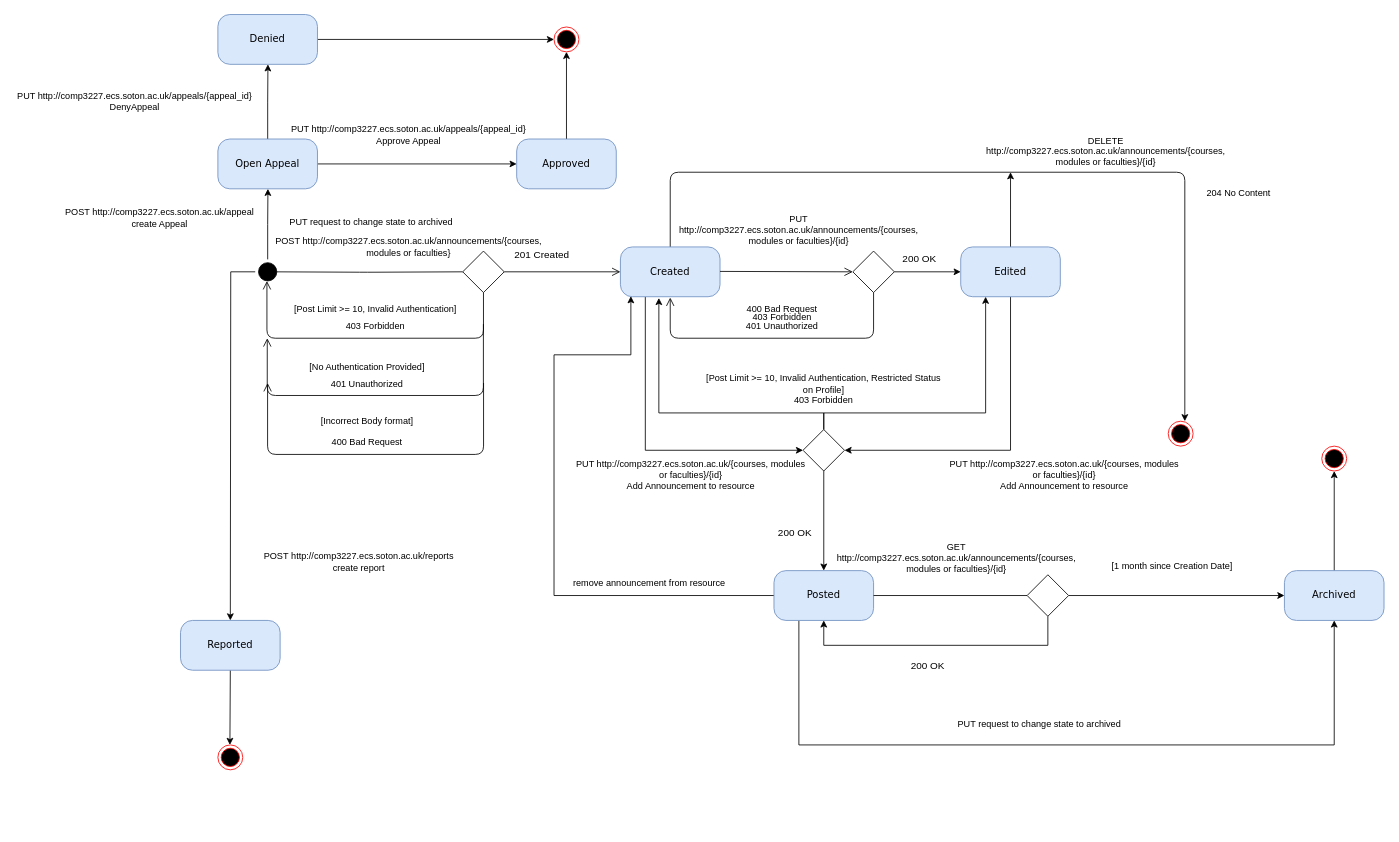
Above: State machine.drawio in hay1g21/RestAPI-Extension (draw.io), before the change. Source tidied: cells renumbered, new cells numbered last; positions are measured from the earlier drawing's top-left corner, leaving out a move shared by most shapes. Both pictures are drawn from the tidied source at 83%, with x=0, y=0 at pixel (14, 14).
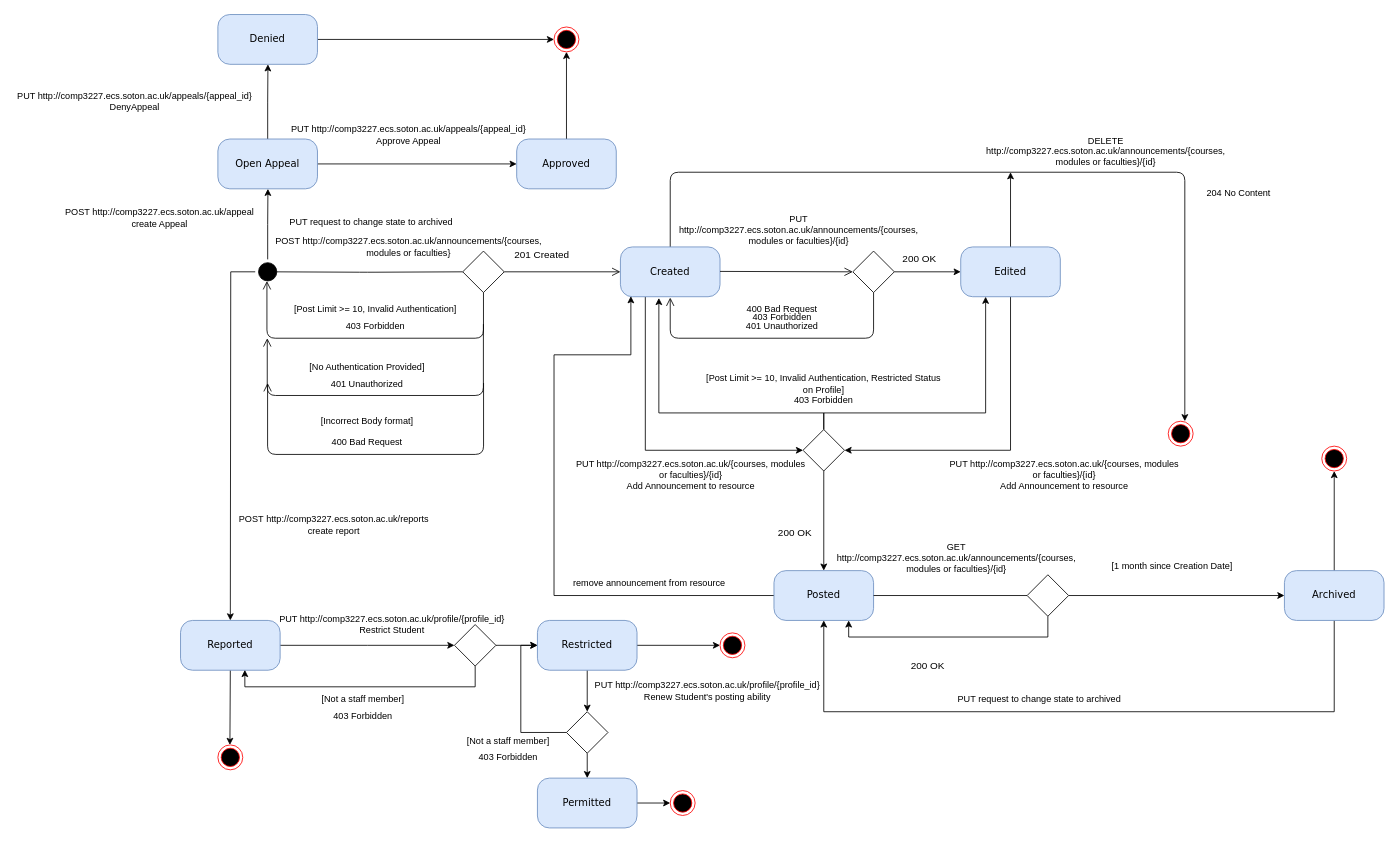
The same page after the edit.

Unchanged cells that the change refers to:
```xml
<mxCell id="18" value="Posted" style="rounded=1;whiteSpace=wrap;html=1;arcSize=24;fillColor=#dae8fc;strokeColor=#6c8ebf;shadow=0;comic=0;labelBackgroundColor=none;fontFamily=Verdana;fontSize=12;align=center;" parent="1" vertex="1">
  <mxGeometry x="915" y="670" width="120" height="60" as="geometry" />
</mxCell>
<mxCell id="20" value="Archived" style="rounded=1;whiteSpace=wrap;html=1;arcSize=24;fillColor=#dae8fc;strokeColor=#6c8ebf;shadow=0;comic=0;labelBackgroundColor=none;fontFamily=Verdana;fontSize=12;align=center;" parent="1" vertex="1">
  <mxGeometry x="1530" y="670" width="120" height="60" as="geometry" />
</mxCell>
<mxCell id="55" style="rhombus;whiteSpace=wrap;html=1;" parent="1" vertex="1">
  <mxGeometry x="1220" y="675" width="50" height="50" as="geometry" />
</mxCell>
<mxCell id="61" value="Reported" style="rounded=1;whiteSpace=wrap;html=1;arcSize=24;fillColor=#dae8fc;strokeColor=#6c8ebf;shadow=0;comic=0;labelBackgroundColor=none;fontFamily=Verdana;fontSize=12;align=center;" parent="1" vertex="1">
  <mxGeometry x="200" y="730" width="120" height="60" as="geometry" />
</mxCell>
```

The edit, as a diff of the source:
```diff
@@
-    <mxCell id="17" style="edgeStyle=orthogonalEdgeStyle;rounded=0;jettySize=auto;html=1;exitX=0.25;exitY=1;exitDx=0;exitDy=0;entryX=0.5;entryY=1;entryDx=0;entryDy=0;" parent="1" edge="1" source="18" target="20">
-      <mxGeometry relative="1" as="geometry">
-        <Array as="points">
-          <mxPoint x="945" y="880" />
-          <mxPoint x="1590" y="880" />
-        </Array>
-      </mxGeometry>
-    </mxCell>
@@
+    <mxCell id="77" style="edgeStyle=orthogonalEdgeStyle;rounded=0;jettySize=auto;html=1;exitX=0.5;exitY=1;exitDx=0;exitDy=0;entryX=0.5;entryY=1;entryDx=0;entryDy=0;" parent="1" edge="1" source="20" target="18">
+      <mxGeometry relative="1" as="geometry">
+        <Array as="points">
+          <mxPoint x="1590" y="840" />
+          <mxPoint x="975" y="840" />
+        </Array>
+      </mxGeometry>
+    </mxCell>
@@
-    <mxCell id="54" style="edgeStyle=orthogonalEdgeStyle;rounded=0;jettySize=auto;html=1;exitX=0.5;exitY=1;exitDx=0;exitDy=0;entryX=0.5;entryY=1;entryDx=0;entryDy=0;" parent="1" edge="1" source="55" target="18">
-      <mxGeometry relative="1" as="geometry">
-        <Array as="points">
-          <mxPoint x="1245" y="760" />
-          <mxPoint x="975" y="760" />
-        </Array>
-      </mxGeometry>
+    <mxCell id="54" style="edgeStyle=orthogonalEdgeStyle;rounded=0;jettySize=auto;html=1;exitX=0.5;exitY=1;exitDx=0;exitDy=0;entryX=0.75;entryY=1;entryDx=0;entryDy=0;" parent="1" edge="1" source="55" target="18">
+      <mxGeometry relative="1" as="geometry" />
     </mxCell>
@@
     <mxCell id="59" value="POST&amp;nbsp;http://comp3227.ecs.soton.ac.uk/reports&lt;br&gt;create report" style="text;html=1;strokeColor=none;fillColor=none;align=center;verticalAlign=middle;whiteSpace=wrap;rounded=0;fontSize=11;" parent="1" vertex="1">
-      <mxGeometry x="270" y="645" width="290" height="30" as="geometry" />
+      <mxGeometry x="240" y="600" width="290" height="30" as="geometry" />
     </mxCell>
@@
+    <mxCell id="78" style="edgeStyle=orthogonalEdgeStyle;rounded=0;jettySize=auto;html=1;exitX=1;exitY=0.5;exitDx=0;exitDy=0;" parent="1" edge="1" source="61">
+      <mxGeometry relative="1" as="geometry">
+        <mxPoint x="530" y="760" as="targetPoint" />
+      </mxGeometry>
+    </mxCell>
@@
     <mxCell id="63" value="PUT request to change state to archived" style="text;html=1;strokeColor=none;fillColor=none;align=center;verticalAlign=middle;whiteSpace=wrap;rounded=0;fontSize=11;" parent="1" vertex="1">
-      <mxGeometry x="1090" y="840" width="290" height="30" as="geometry" />
+      <mxGeometry x="1090" y="810" width="290" height="30" as="geometry" />
     </mxCell>
@@
+    <mxCell id="79" value="PUT http://comp3227.ecs.soton.ac.uk/profile/{profile_id}&lt;br&gt;Restrict Student" style="text;html=1;strokeColor=none;fillColor=none;align=center;verticalAlign=middle;whiteSpace=wrap;rounded=0;fontSize=11;" parent="1" vertex="1">
+      <mxGeometry x="310" y="720" width="290" height="30" as="geometry" />
+    </mxCell>
+    <mxCell id="80" style="edgeStyle=orthogonalEdgeStyle;rounded=0;jettySize=auto;html=1;exitX=1;exitY=0.5;exitDx=0;exitDy=0;entryX=0;entryY=0.5;entryDx=0;entryDy=0;" parent="1" edge="1" source="82" target="88">
+      <mxGeometry relative="1" as="geometry" />
+    </mxCell>
+    <mxCell id="81" style="edgeStyle=orthogonalEdgeStyle;rounded=0;jettySize=auto;html=1;exitX=0.5;exitY=1;exitDx=0;exitDy=0;entryX=0.5;entryY=0;entryDx=0;entryDy=0;" parent="1" edge="1" source="82" target="94">
+      <mxGeometry relative="1" as="geometry" />
+    </mxCell>
+    <mxCell id="82" value="Restricted" style="rounded=1;whiteSpace=wrap;html=1;arcSize=24;fillColor=#dae8fc;strokeColor=#6c8ebf;shadow=0;comic=0;labelBackgroundColor=none;fontFamily=Verdana;fontSize=12;align=center;" parent="1" vertex="1">
+      <mxGeometry x="630" y="730" width="120" height="60" as="geometry" />
+    </mxCell>
+    <mxCell id="83" style="edgeStyle=orthogonalEdgeStyle;rounded=0;jettySize=auto;html=1;exitX=1;exitY=0.5;exitDx=0;exitDy=0;" parent="1" edge="1" source="84" target="82">
+      <mxGeometry relative="1" as="geometry" />
+    </mxCell>
+    <mxCell id="84" style="rhombus;whiteSpace=wrap;html=1;" parent="1" vertex="1">
+      <mxGeometry x="530" y="735" width="50" height="50" as="geometry" />
+    </mxCell>
+    <mxCell id="85" style="edgeStyle=orthogonalEdgeStyle;rounded=0;jettySize=auto;html=1;exitX=0.5;exitY=1;exitDx=0;exitDy=0;entryX=0.646;entryY=0.994;entryDx=0;entryDy=0;entryPerimeter=0;" parent="1" edge="1" source="84" target="61">
+      <mxGeometry relative="1" as="geometry" />
+    </mxCell>
+    <mxCell id="86" value="403 Forbidden" style="text;html=1;strokeColor=none;fillColor=none;align=center;verticalAlign=middle;whiteSpace=wrap;rounded=0;fontSize=11;" parent="1" vertex="1">
+      <mxGeometry x="365" y="830" width="110" height="30" as="geometry" />
+    </mxCell>
+    <mxCell id="87" value="[Not a staff member]" style="text;html=1;strokeColor=none;fillColor=none;align=center;verticalAlign=middle;whiteSpace=wrap;rounded=0;fontSize=11;" parent="1" vertex="1">
+      <mxGeometry x="365" y="810" width="110" height="30" as="geometry" />
+    </mxCell>
+    <mxCell id="88" style="ellipse;html=1;shape=endState;fillColor=#000000;strokeColor=#ff0000;" parent="1" vertex="1">
+      <mxGeometry x="850" y="745" width="30" height="30" as="geometry" />
+    </mxCell>
+    <mxCell id="89" style="edgeStyle=orthogonalEdgeStyle;rounded=0;jettySize=auto;html=1;exitX=1;exitY=0.5;exitDx=0;exitDy=0;entryX=0;entryY=0.5;entryDx=0;entryDy=0;" parent="1" edge="1" source="90" target="97">
+      <mxGeometry relative="1" as="geometry" />
+    </mxCell>
+    <mxCell id="90" value="Permitted" style="rounded=1;whiteSpace=wrap;html=1;arcSize=24;fillColor=#dae8fc;strokeColor=#6c8ebf;shadow=0;comic=0;labelBackgroundColor=none;fontFamily=Verdana;fontSize=12;align=center;" parent="1" vertex="1">
+      <mxGeometry x="630" y="920" width="120" height="60" as="geometry" />
+    </mxCell>
+    <mxCell id="91" value="PUT http://comp3227.ecs.soton.ac.uk/profile/{profile_id}&lt;br&gt;Renew Student's posting ability" style="text;html=1;strokeColor=none;fillColor=none;align=center;verticalAlign=middle;whiteSpace=wrap;rounded=0;fontSize=11;" parent="1" vertex="1">
+      <mxGeometry x="690" y="800" width="290" height="30" as="geometry" />
+    </mxCell>
+    <mxCell id="92" style="edgeStyle=orthogonalEdgeStyle;rounded=0;jettySize=auto;html=1;exitX=0;exitY=0.5;exitDx=0;exitDy=0;entryX=0;entryY=0.5;entryDx=0;entryDy=0;" parent="1" edge="1" source="94" target="82">
+      <mxGeometry relative="1" as="geometry" />
+    </mxCell>
+    <mxCell id="93" style="edgeStyle=orthogonalEdgeStyle;rounded=0;jettySize=auto;html=1;exitX=0.5;exitY=1;exitDx=0;exitDy=0;entryX=0.5;entryY=0;entryDx=0;entryDy=0;" parent="1" edge="1" source="94" target="90">
+      <mxGeometry relative="1" as="geometry" />
+    </mxCell>
+    <mxCell id="94" style="rhombus;whiteSpace=wrap;html=1;" parent="1" vertex="1">
+      <mxGeometry x="665" y="840" width="50" height="50" as="geometry" />
+    </mxCell>
+    <mxCell id="95" value="403 Forbidden" style="text;html=1;strokeColor=none;fillColor=none;align=center;verticalAlign=middle;whiteSpace=wrap;rounded=0;fontSize=11;" parent="1" vertex="1">
+      <mxGeometry x="540" y="880" width="110" height="30" as="geometry" />
+    </mxCell>
+    <mxCell id="96" value="[Not a staff member]" style="text;html=1;strokeColor=none;fillColor=none;align=center;verticalAlign=middle;whiteSpace=wrap;rounded=0;fontSize=11;" parent="1" vertex="1">
+      <mxGeometry x="540" y="860" width="110" height="30" as="geometry" />
+    </mxCell>
+    <mxCell id="97" style="ellipse;html=1;shape=endState;fillColor=#000000;strokeColor=#ff0000;" parent="1" vertex="1">
+      <mxGeometry x="790" y="935" width="30" height="30" as="geometry" />
+    </mxCell>
```
